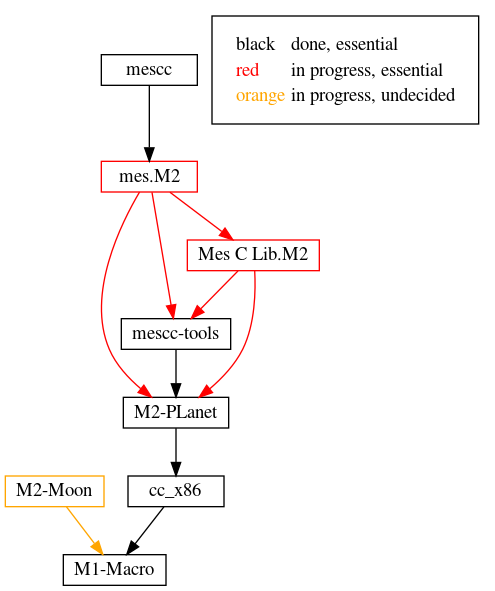
The Graphviz diagram doc/talks/fosdem20/stage-2.png in snnw/mes, before a commit. Its source is kept beside it as doc/talks/fosdem20/stage-2.dot.
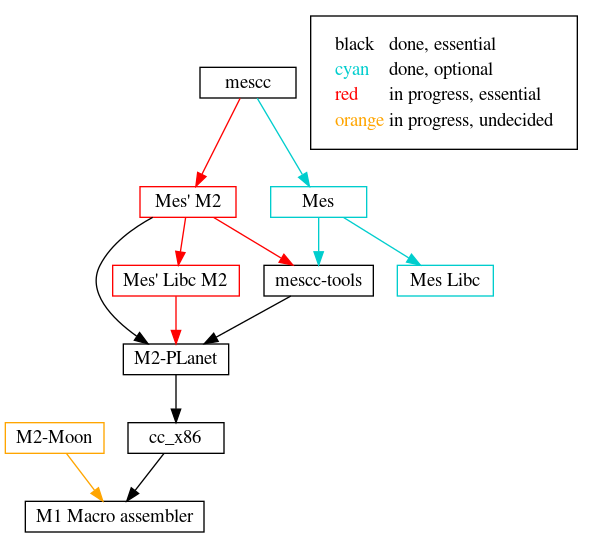
The same file after the commit.

The edit, as a diff of the source:
```diff
@@ -2,103 +2,127 @@
   node[shape=box,width=1,height=0.25];
   edge [height=0.25];
 
-  # "hex0-monitor" [label = "hex0 Monitor", color = black, shape = box];
-  # "hex0-assembler" [label = "hex0 Assembler", color = black, shape = box];
+  # "hex0 Monitor" [label = "hex0 Monitor", color = black, shape = box];
+  # "hex0 Assembler" [label = "hex0 Assembler", color = black, shape = box];
   # "SET" [label = "SET editor", color = cyan3, shape = box];
-  # "hex1-assembler" [label = "hex1 Assembler", color = black, shape = box];
-  # "hex2-assembler" [label = "hex2 Assembler", color = black, shape = box];
-  # "M1-Macro" [label = "M1 Macro assembler", color = black, shape = box];
-  # "cat" [label = "cat", color = cyan3, shape = box];
+  # "hex1 Assembler" [label = "hex1 Assembler", color = black, shape = box];
+  # "hex2 Assembler" [label = "hex2 Assembler", color = black, shape = box];
+  # "M1 Macro assembler" [label = "M1 Macro assembler", color = black, shape = box];
+  # "catm" [label = "catm", color = black, shape = box];
   # "Slow_Lisp" [label = "Slow Lisp", color = green3, shape = box];
   # "Stage0-FORTH" [label = "Stage0 FORTH", color = green3, shape = box];
   "cc_x86" [label = "cc_x86", color = black, shape = box];
   "M2-Planet" [label = "M2-PLanet", color = black, shape = box];
   "M2-Moon" [label = "M2-Moon", color = orange, shape = box];
   # "mescc-tools-seed" [label = "mescc-tools-seed", color = black, shape = box];
-  # "?" [label = "?", color = red1, shape = box];
-  # "bootstrap-binaries" [label = "bootstrap-binaries", color=red1, shape = box];
+  # "%bootstrap Guile" [label = "%bootstrap Guile", color=cyan3, shape = box];
   "mescc-tools" [label = "mescc-tools", color = black, shape = box];
-  "Mes C Lib.M2" [label = "Mes C Lib.M2", color = red1, shape = box];
-  "mes.M2" [label = "mes.M2", color = red1, shape = box];
+  "Mes' Libc M2" [label = "Mes' Libc M2", color = red1, shape = box];
+  "Mes' M2" [label = "Mes' M2", color = red1, shape = box];
+  "Mes Libc" [label = "Mes Libc", color = cyan3, shape = box];
+  "Mes" [label = "Mes", color = cyan3, shape = box];
   # "mescc" [label = "mescc", color = black, shape = box];
-  # "Mes C Lib +tcc" [label = "Mes C Lib +tcc", color = black, shape = box];
+  # "Mes Libc +TCC" [label = "Mes Libc +TCC", color = black, shape = box];
   # "tcc" [label = "tcc", color = black, shape = box];
-  # "Mes C Lib +GNU" [label = "Mes C Lib +GNU", color = black, shape = box];
+  # "Mes Libc +GNU" [label = "Mes Libc +GNU", color = black, shape = box];
   # "gcc-core 2.95.3" [label = "gcc-core 2.95.3", color = black, shape = box];
   # "glibc 2.2.5" [label = "glibc 2.2.5", color = black, shape = box];
   # "gcc 2.95.3" [label = "gcc 2.95.3", color = black, shape = box];
   # "glibc 2.16" [label = "glibc 2.16", color = black, shape = box];
   # "gcc 4.7.4" [label = "gcc 4.7.4", color = black, shape = box];
 
-  # "SET" -> "hex0-monitor" [color = cyan3];
-  # "hex0-assembler" -> "hex0-monitor" [color = black];
-  # "hex1-assembler" -> "hex0-assembler" [color = black];
-  # "hex2-assembler" -> "hex1-assembler" [color = black];
-  # "M1-Macro" -> "hex2-assembler" [color = black];
-  # "cat" -> "M1-Macro" [color = cyan3];
-  # "Slow_Lisp" -> "M1-Macro" [color = green3];
-  # "Stage0-FORTH" -> "M1-Macro" [color = green3];
-  "cc_x86" -> "M1-Macro" [color = black];
+  # "SET" -> "hex0 Monitor" [color = cyan3];
+  # "hex0 Assembler" -> "hex0 Monitor" [color = black];
+  # "hex1 Assembler" -> "hex0 Assembler" [color = black];
+  # "hex2 Assembler" -> "hex1 Assembler" [color = black];
+  # "hex2 Assembler" -> "catm" [color = black];
+  # "M1 Macro assembler" -> "hex2 Assembler" [color = black];
+  # "M1 Macro assembler" -> "catm" [color = black];
+  # "catm" -> "hex0 Assembler" [color = black];
+  # "Slow_Lisp" -> "M1 Macro assembler" [color = green3];
+  # "Stage0-FORTH" -> "M1 Macro assembler" [color = green3];
+  "cc_x86" -> "M1 Macro assembler" [color = black];
   "M2-Planet" -> "cc_x86" [color = black];
-  "M2-Moon" -> "M1-Macro" [color = orange];
+  "M2-Moon" -> "M1 Macro assembler" [color = orange];
 
   # "mescc-tools-seed" -> "cc_x86" [color = black];
   # "mescc-tools" -> "mescc-tools-seed" [color = black];
   "mescc-tools" -> "M2-Planet" [color = black];
 
-  "Mes C Lib.M2" -> "mescc-tools" [color = red1];
-  "Mes C Lib.M2" -> "M2-Planet" [color = red1];
+  # "Gash" -> "Mes' M2" [color = red1];
+  # "Gash" -> "%bootstrap Guile" [color = cyan3];
+  # "Gash Core Utils" -> "Gash" [color = black];
+  # "Gash Core Utils" -> "%bootstrap Guile" [color = cyan3];
+  # "Gash Core Utils" -> "Mes' M2" [color = red1];
 
-  "mes.M2" -> "mescc-tools" [color = red1];
-  "mes.M2" -> "Mes C Lib.M2" [color = red1];
-  "mes.M2" -> "M2-Planet" [color = red1];
-  "mescc" -> "mes.M2" [color = black];
+  "Mes' Libc M2" -> "M2-Planet" [color = red1];
 
-  # "Mes C Lib +tcc" -> "mes.M2" [color = red1];
+  "Mes' M2" -> "mescc-tools" [color = red1];
+  "Mes' M2" -> "Mes' Libc M2" [color = red1];
+  "Mes' M2" -> "M2-Planet" [color = black];
 
-  # "tcc" -> "Mes C Lib +tcc" [color = black];
-  # "tcc" -> "bootstrap-binaries" [color = black];
+  "Mes" -> "mescc-tools" [color = cyan3];
+  "Mes" -> "Mes Libc" [color = cyan3];
+  # "Mes" -> "Gash" [color = cyan3];
+  # "Mes" -> "Gash Core Utils" [color = cyan3];
+
+  "mescc" -> "Mes' M2" [color = red1];
+  "mescc" -> "Mes" [color = cyan3];
+
+  # "Mes Libc +TCC" -> "Mes" [color = cyan3];
+  # "Mes Libc +TCC" -> "Mes' M2" [color = red1];
+
+  # "tcc" -> "Mes Libc +TCC" [color = black];
+  # "tcc" -> "Gash" [color = black];
+  # "tcc" -> "Gash Core Utils" [color = black];
   # "tcc" -> "mescc" [color = black];
 
-  # "gcc-core 2.95.3" -> "Mes C Lib +GNU " [color = black];
-  # "gcc-core 2.95.3" -> "bootstrap-binaries" [color = black];
+  # "Mes Libc +GNU" -> "tcc" [color = black];
+
+  # "gcc-core 2.95.3" -> "Mes Libc +GNU" [color = black];
+  # "gcc-core 2.95.3" -> "Gash" [color = black];
+  # "gcc-core 2.95.3" -> "Gash Core Utils" [color = black];
   # "gcc-core 2.95.3" -> "tcc" [color = black];
 
-  # "make" -> "Mes C Lib +GNU" [color = black];
+  # "make" -> "Mes Libc +GNU" [color = black];
   # "make" -> "tcc" [color = black];
-  # "make" -> "bootstrap-binaries" [color = black];
+  # "make" -> "Gash" [color = black];
+  # "make" -> "Gash Core Utils" [color = black];
 
   # "glibc 2.2.5" -> "gcc-core 2.95.3" [color = black];
   # "glibc 2.2.5" -> "binutils" [color = black];
-  # "glibc 2.2.5" -> "Mes C Lib +GNU" [color = black];
+  # "glibc 2.2.5" -> "Mes Libc +GNU" [color = black];
   # "glibc 2.2.5" -> "make" [color = black];
-  # "glibc 2.2.5" -> "bootstrap-binaries" [color = black];
+  # "glibc 2.2.5" -> "Gash" [color = black];
+  # "glibc 2.2.5" -> "Gash Core Utils" [color = black];
 
   # "gcc 2.95.3" -> "gcc-core 2.95.3" [color = black];
   # "gcc 2.95.3" -> "binutils" [color = black];
   # "gcc 2.95.3" -> "glibc 2.2.5" [color = black];
   # "gcc 2.95.3" -> "make" [color = black];
-  # "gcc 2.95.3" -> "bootstrap-binaries" [color = black];
+  # "gcc 2.95.3" -> "Gash" [color = black];
+  # "gcc 2.95.3" -> "Gash Core Utils" [color = black];
 
   # "glibc 2.16" -> "glibc 2.2.5" [color = black];
   # "glibc 2.16" -> "binutils" [color = black];
   # "glibc 2.16" -> "gcc 2.95.3" [color = black];
   # "glibc 2.16" -> "make" [color = black];
-  # "glibc 2.16" -> "bootstrap-binaries" [color = black];
+  # "glibc 2.16" -> "Gash" [color = black];
+  # "glibc 2.16" -> "Gash Core Utils" [color = black];
 
-  # "gcc 4.7.4" -> "glibc 2.16" [color = black];
-  # "gcc 4.7.4" -> "binutils" [color = black];
-  # "gcc 4.7.4" -> "gcc 2.95.3" [color = black];
-  # "gcc 4.7.4" -> "make" [color = black];
-  # "gcc 4.7.4" -> "bootstrap-binaries" [color = black];
-
+  # "gcc 4.6.4" -> "glibc 2.16" [color = black];
+  # "gcc 4.6.4" -> "binutils" [color = black];
+  # "gcc 4.6.4" -> "gcc 2.95.3" [color = black];
+  # "gcc 4.6.4" -> "make" [color = black];
+  # "gcc 4.6.4" -> "Gash" [color = black];
+  # "gcc 4.6.4" -> "Gash Core Utils" [color = black];
 
   node [shape=plaintext]
   subgraph cluster_01 {
     key [label=<<table border="0" cellpadding="2" cellspacing="0" cellborder="0">
       <tr><td align="left"><font color="black">black</font></td><td align="left">done, essential</td></tr>
+      <tr><td align="left"><font color="cyan3">cyan</font></td><td align="left">done, optional</td></tr>
 <!--
-      <tr><td align="left"><font color="cyan3">cyan</font></td><td align="left">done, optional</td></tr>
       <tr><td align="left"><font color="green3">green</font></td><td align="left">done, undecided</td></tr>
 !-->
       <tr><td align="left"><font color="red1">red</font></td><td align="left">in progress, essential</td></tr>
```
